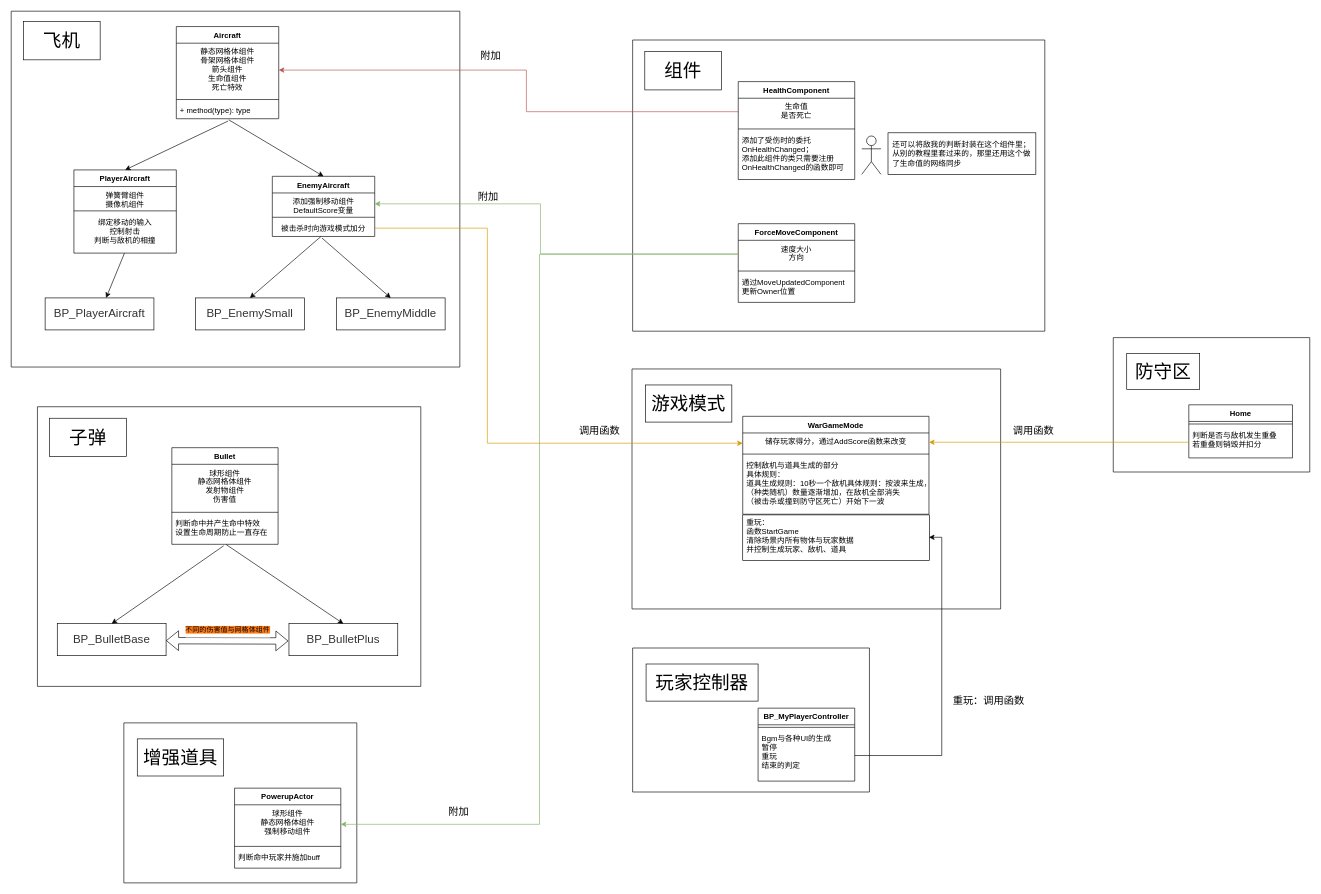
Above: Untitled Diagram.drawio in Ginkgowind/drawio (draw.io), before the change. Source tidied: cells renumbered, new cells numbered last; positions are measured from the earlier drawing's top-left corner, leaving out a move shared by most shapes. Both pictures are drawn from the tidied source at 64%, with x=0, y=0 at pixel (11, 11).
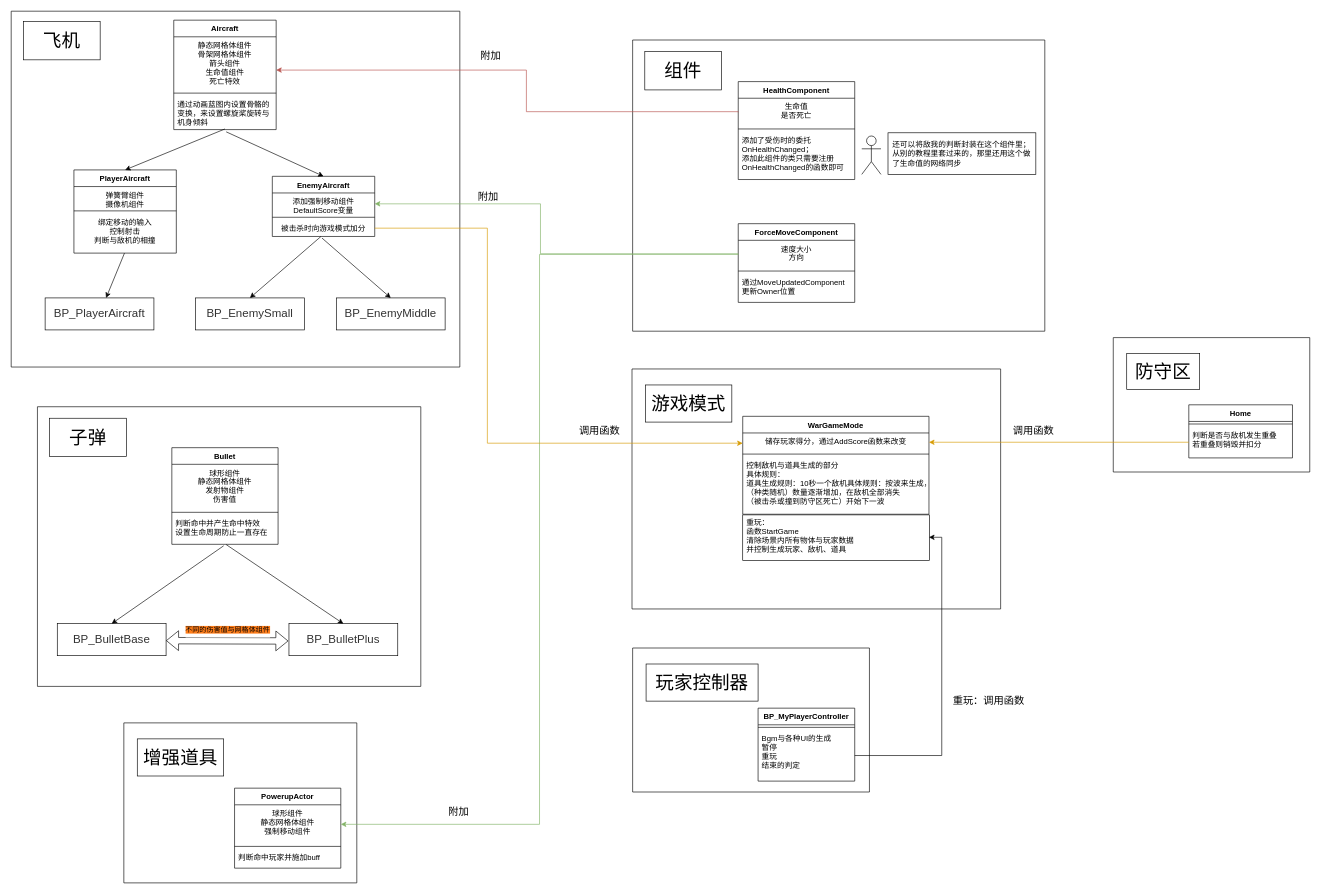
After the change.

The change refers to these unchanged cells:
```xml
<mxCell id="2" style="swimlane;startSize=0;" parent="1" vertex="1">
  <mxGeometry width="701" height="556" as="geometry" />
</mxCell>
<mxCell id="7" value="PlayerAircraft" style="swimlane;fontStyle=1;align=center;verticalAlign=top;horizontal=1;startSize=26;" parent="2" vertex="1">
  <mxGeometry x="98" y="248" width="160" height="130" as="geometry" />
</mxCell>
```

Change to the diagram source:
```diff
@@
     <mxCell id="3" value="Aircraft" style="swimlane;fontStyle=1;align=center;verticalAlign=top;horizontal=1;startSize=26;" parent="2" vertex="1">
-      <mxGeometry x="258" y="24" width="160" height="144" as="geometry" />
+      <mxGeometry x="254" y="14" width="160" height="171" as="geometry" />
     </mxCell>
@@
-    <mxCell id="6" value="+ method(type): type" style="text;strokeColor=none;fillColor=none;align=left;verticalAlign=top;spacingLeft=4;spacingRight=4;overflow=hidden;points=[[0,0.5],[1,0.5]];portConstraint=eastwest;" parent="3" vertex="1">
-      <mxGeometry y="118" width="160" height="26" as="geometry" />
+    <mxCell id="6" value="通过动画蓝图内设置骨骼的&#10;变换，来设置螺旋桨旋转与&#10;机身倾斜" style="text;strokeColor=none;fillColor=none;align=left;verticalAlign=top;spacingLeft=4;spacingRight=4;overflow=hidden;points=[[0,0.5],[1,0.5]];portConstraint=eastwest;" parent="3" vertex="1">
+      <mxGeometry y="118" width="160" height="53" as="geometry" />
     </mxCell>
@@
-    <mxCell id="20" style="endArrow=classic;html=1;rounded=0;fontSize=29;entryX=0.5;entryY=0;entryDx=0;entryDy=0;exitX=0.506;exitY=1.139;exitDx=0;exitDy=0;exitPerimeter=0;" parent="2" edge="1" source="6" target="7">
+    <mxCell id="20" style="endArrow=classic;html=1;rounded=0;fontSize=29;entryX=0.5;entryY=0;entryDx=0;entryDy=0;exitX=0.5;exitY=0.981;exitDx=0;exitDy=0;exitPerimeter=0;" parent="2" edge="1" source="6" target="7">
       <mxGeometry relative="1" as="geometry" />
     </mxCell>
```
